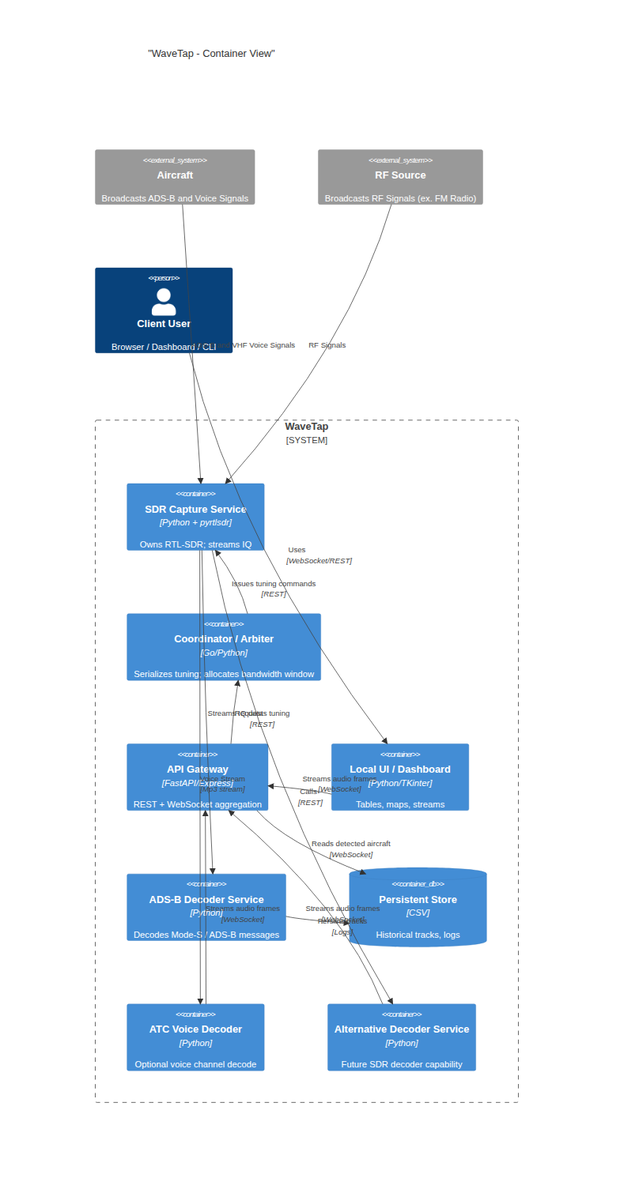
This is documentation/diagrams_output/02_c4_container.png from bwharris1125/WaveTap_SDR, a Mermaid export, as it was before one commit. Its source is kept beside it as documentation/diagrams/02_c4_container.mmd.
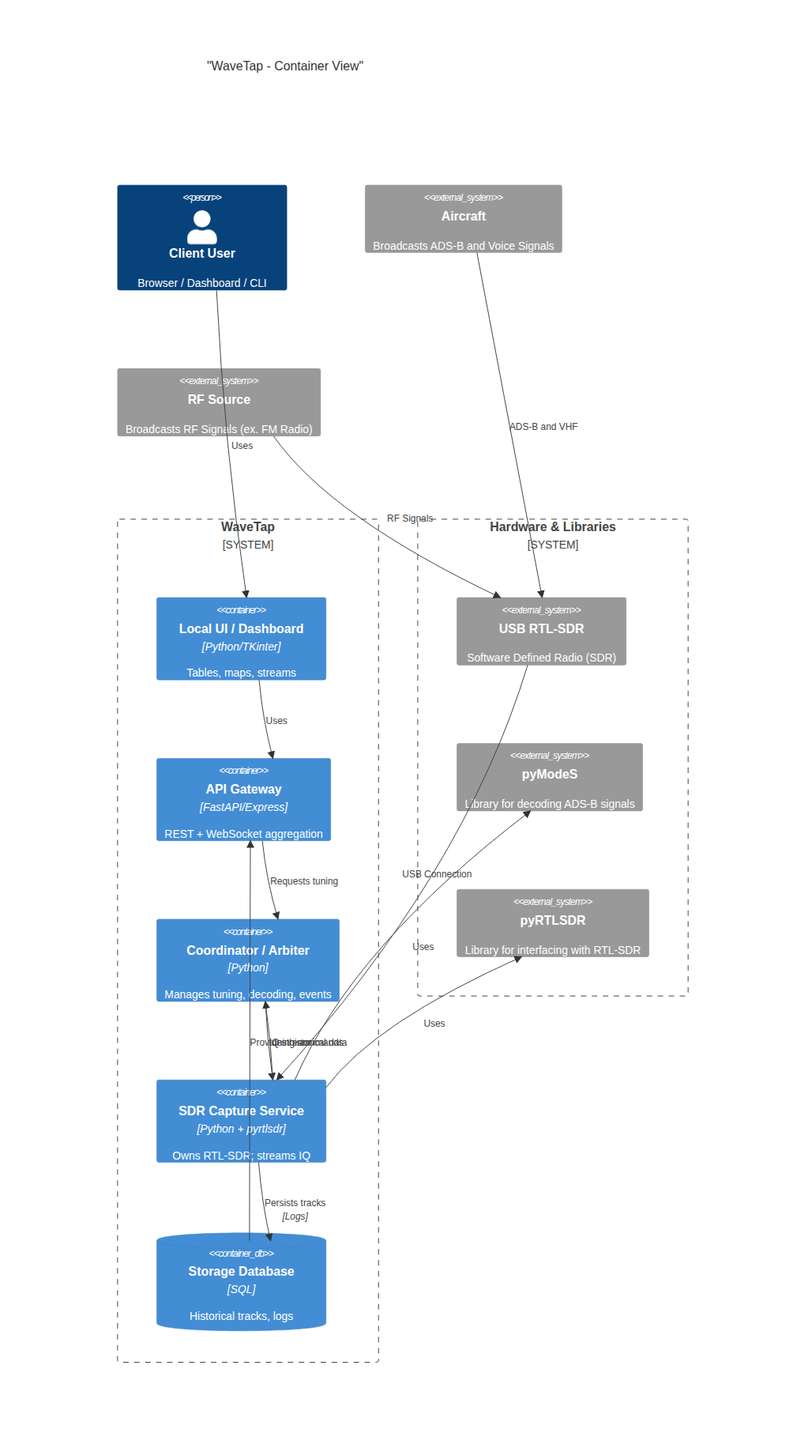
After the change.

Diff of the diagram source:
```diff
@@ -1,35 +1,34 @@
 C4Container
 title "WaveTap - Container View"
 
+Person(user, "Client User", "Browser / Dashboard / CLI")
 
 System_Ext(aircraft, "Aircraft", "Broadcasts ADS-B and Voice Signals")
 System_Ext(rf_source, "RF Source", "Broadcasts RF Signals (ex. FM Radio)")
 
-Person(user, "Client User", "Browser / Dashboard / CLI")
-
-
 System_Boundary(wt, "WaveTap") {
+  Container(ui, "Local UI / Dashboard", "Python/TKinter", "Tables, maps, streams")
+  Container(api, "API Gateway", "FastAPI/Express", "REST + WebSocket aggregation")
+  Container(arb, "Coordinator / Arbiter", "Python", "Manages tuning, decoding, events")
   Container(sdr_cap, "SDR Capture Service", "Python + pyrtlsdr", "Owns RTL-SDR; streams IQ")
-  Container(arb, "Coordinator / Arbiter", "Go/Python", "Serializes tuning; allocates bandwidth window")
-  Container(api, "API Gateway", "FastAPI/Express", "REST + WebSocket aggregation")
-  Container(ui, "Local UI / Dashboard", "Python/TKinter", "Tables, maps, streams")
-  Container(dec_adsb, "ADS-B Decoder Service", "Python", "Decodes Mode-S / ADS-B messages")
-  ContainerDb(db, "Persistent Store", "CSV", "Historical tracks, logs")
-  Container(dec_atc, "ATC Voice Decoder", "Python", "Optional voice channel decode")
-  Container(dec_fm, "Alternative Decoder Service", "Python", "Future SDR decoder capability")
-
+  ContainerDb(db, "Storage Database", "SQL", "Historical tracks, logs")
 }
 
-Rel(aircraft, sdr_cap, "ADS-B and VHF Voice Signals")
-Rel(rf_source, sdr_cap, "RF Signals")
-Rel(user, ui, "Uses", "WebSocket/REST")
-Rel(ui, api, "Calls", "REST")
-Rel(api, arb, "Requests tuning", "REST")
-Rel(arb, sdr_cap, "Issues tuning commands", "REST")
-Rel(sdr_cap, dec_adsb, "Streams IQ data")
-Rel(sdr_cap, dec_fm, "Streams audio frames", "WebSocket")
-Rel(dec_adsb, db, "Persists tracks", "Logs")
-Rel(dec_fm, api, "Streams audio frames", "WebSocket")
-Rel(api, db, "Reads detected aircraft", "WebSocket")
-Rel(sdr_cap, dec_atc, "Voice Stream", "Mp3 stream")
-Rel(dec_atc, api, "Streams audio frames", "WebSocket")
+System_Boundary(hw, "Hardware & Libraries") {
+  System_Ext(sdr, "USB RTL-SDR", "Software Defined Radio (SDR)")
+  System_Ext(pymodes, "pyModeS", "Library for decoding ADS-B signals")
+  System_Ext(pyrtlsdr, "pyRTLSDR", "Library for interfacing with RTL-SDR")
+}
+
+Rel(aircraft, sdr, "ADS-B and VHF")
+Rel(rf_source, sdr, "RF Signals")
+Rel(sdr, sdr_cap, "USB Connection")
+Rel(sdr_cap, pymodes, "Uses")
+Rel(sdr_cap, pyrtlsdr, "Uses")
+Rel(user, ui, "Uses")
+Rel(ui, api, "Uses")
+Rel(api, arb, "Requests tuning")
+Rel(arb, sdr_cap, "tuning commands")
+Rel(sdr_cap, arb, "IQ stream")
+Rel(sdr_cap, db, "Persists tracks", "Logs")
+Rel(db, api, "Provides historical data")
```
